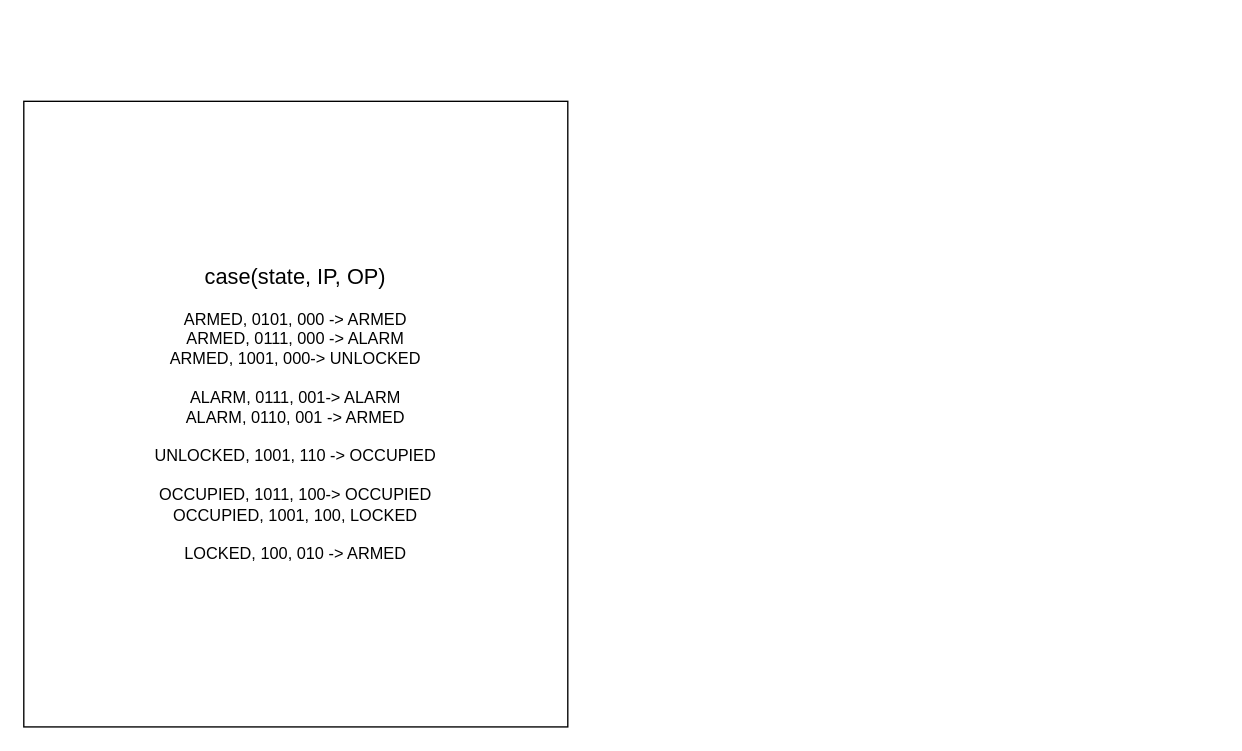
AthyoP30/PCB keeps this draw.io diagram as RTL_FSM_Security.drawio. Above is the earlier version. Source tidied: cells renumbered, new cells numbered last; positions are measured from the earlier drawing's top-left corner, leaving out a move shared by most shapes. Both pictures are drawn from the tidied source at 136%, with x=0, y=0 at pixel (23, 101).
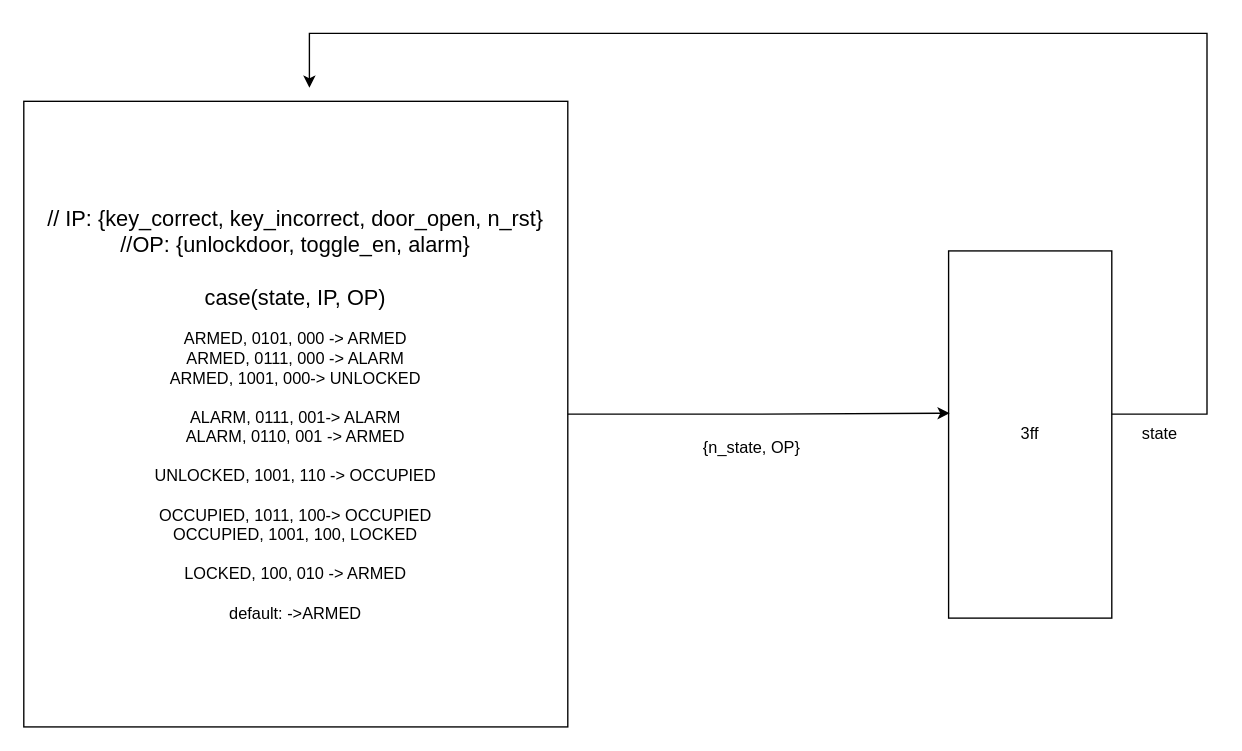
The same page after the edit.

Change to the diagram source:
```diff
@@
 <mxGraphModel>
   <root>
     <mxCell id="0" />
     <mxCell id="1" parent="0" />
-    <mxCell id="2" value="&lt;font size=&quot;3&quot;&gt;case(state, IP, OP)&lt;/font&gt;&lt;div&gt;&lt;br&gt;&lt;/div&gt;&lt;div&gt;ARMED, 0101, 000 -&amp;gt; ARMED&lt;/div&gt;&lt;div&gt;ARMED, 0111, 000 -&amp;gt; ALARM&lt;/div&gt;&lt;div&gt;ARMED, 1001, 000-&amp;gt; UNLOCKED&lt;/div&gt;&lt;div&gt;&lt;br&gt;&lt;/div&gt;&lt;div&gt;ALARM, 0111, 001-&amp;gt; ALARM&lt;/div&gt;&lt;div&gt;ALARM, 0110, 001 -&amp;gt; ARMED&lt;/div&gt;&lt;div&gt;&lt;br&gt;&lt;/div&gt;&lt;div&gt;UNLOCKED, 1001, 110 -&amp;gt; OCCUPIED&lt;/div&gt;&lt;div&gt;&lt;br&gt;&lt;/div&gt;&lt;div&gt;OCCUPIED, 1011, 100-&amp;gt; OCCUPIED&lt;/div&gt;&lt;div&gt;OCCUPIED, 1001, 100, LOCKED&lt;/div&gt;&lt;div&gt;&lt;br&gt;&lt;/div&gt;&lt;div&gt;LOCKED, 100, 010 -&amp;gt; ARMED&lt;/div&gt;" style="rounded=0;whiteSpace=wrap;html=1;" parent="1" vertex="1">
+    <mxCell id="2" value="&lt;div&gt;&lt;font size=&quot;3&quot;&gt;// IP: {key_correct, key_incorrect, door_open, n_rst}&lt;/font&gt;&lt;/div&gt;&lt;div&gt;&lt;font size=&quot;3&quot;&gt;//OP: {unlockdoor, toggle_en, alarm}&lt;/font&gt;&lt;/div&gt;&lt;div&gt;&lt;font size=&quot;3&quot;&gt;&lt;br&gt;&lt;/font&gt;&lt;/div&gt;&lt;font size=&quot;3&quot;&gt;case(state, IP, OP)&lt;/font&gt;&lt;div&gt;&lt;br&gt;&lt;/div&gt;&lt;div&gt;ARMED, 0101, 000 -&amp;gt; ARMED&lt;/div&gt;&lt;div&gt;ARMED, 0111, 000 -&amp;gt; ALARM&lt;/div&gt;&lt;div&gt;ARMED, 1001, 000-&amp;gt; UNLOCKED&lt;/div&gt;&lt;div&gt;&lt;br&gt;&lt;/div&gt;&lt;div&gt;ALARM, 0111, 001-&amp;gt; ALARM&lt;/div&gt;&lt;div&gt;ALARM, 0110, 001 -&amp;gt; ARMED&lt;/div&gt;&lt;div&gt;&lt;br&gt;&lt;/div&gt;&lt;div&gt;UNLOCKED, 1001, 110 -&amp;gt; OCCUPIED&lt;/div&gt;&lt;div&gt;&lt;br&gt;&lt;/div&gt;&lt;div&gt;OCCUPIED, 1011, 100-&amp;gt; OCCUPIED&lt;/div&gt;&lt;div&gt;OCCUPIED, 1001, 100, LOCKED&lt;/div&gt;&lt;div&gt;&lt;br&gt;&lt;/div&gt;&lt;div&gt;LOCKED, 100, 010 -&amp;gt; ARMED&lt;/div&gt;&lt;div&gt;&lt;br&gt;&lt;/div&gt;&lt;div&gt;default: -&amp;gt;ARMED&lt;/div&gt;" style="rounded=0;whiteSpace=wrap;html=1;" parent="1" vertex="1">
       <mxGeometry width="400" height="460" as="geometry" />
     </mxCell>
+    <mxCell id="3" value="3ff" style="rounded=0;whiteSpace=wrap;html=1;" parent="1" vertex="1">
+      <mxGeometry x="680" y="110" width="120" height="270" as="geometry" />
+    </mxCell>
+    <mxCell id="4" style="edgeStyle=orthogonalEdgeStyle;rounded=0;jettySize=auto;html=1;entryX=0.007;entryY=0.442;entryDx=0;entryDy=0;entryPerimeter=0;" parent="1" edge="1" source="2" target="3">
+      <mxGeometry relative="1" as="geometry" />
+    </mxCell>
+    <mxCell id="5" value="{n_state, OP}" style="text;html=1;align=center;verticalAlign=middle;strokeColor=none;fillColor=none;" parent="1" vertex="1">
+      <mxGeometry x="490" y="240" width="90" height="30" as="geometry" />
+    </mxCell>
+    <mxCell id="6" style="endArrow=classic;html=1;rounded=0;" parent="1" edge="1">
+      <mxGeometry relative="1" as="geometry">
+        <mxPoint x="800" y="230" as="sourcePoint" />
+        <mxPoint x="210" y="-10" as="targetPoint" />
+        <Array as="points">
+          <mxPoint x="870" y="230" />
+          <mxPoint x="870" y="-50" />
+          <mxPoint x="210" y="-50" />
+        </Array>
+      </mxGeometry>
+    </mxCell>
+    <mxCell id="7" value="state" style="text;html=1;align=center;verticalAlign=middle;strokeColor=none;fillColor=none;" parent="1" vertex="1">
+      <mxGeometry x="810" y="230" width="50" height="30" as="geometry" />
+    </mxCell>
   </root>
 </mxGraphModel>
```
